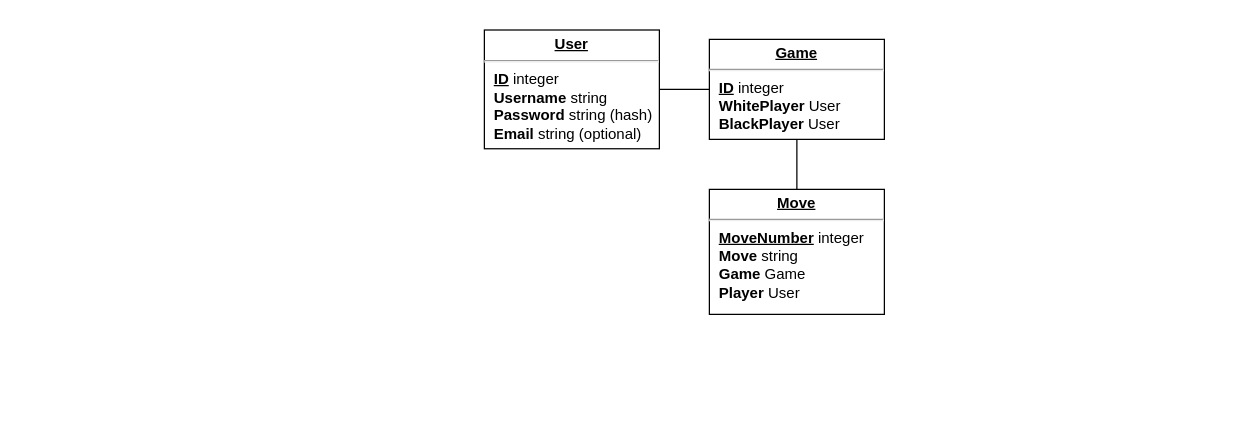
Earlier version of the draw.io diagram public/nea/DatabaseAnalysis.drawio (Ultrasonic1209/chess-app-frontend). Source tidied: cells renumbered, new cells numbered last; positions are measured from the earlier drawing's top-left corner, leaving out a move shared by most shapes. Both pictures are drawn from the tidied source at 125%, with x=0, y=0 at pixel (484, 29).
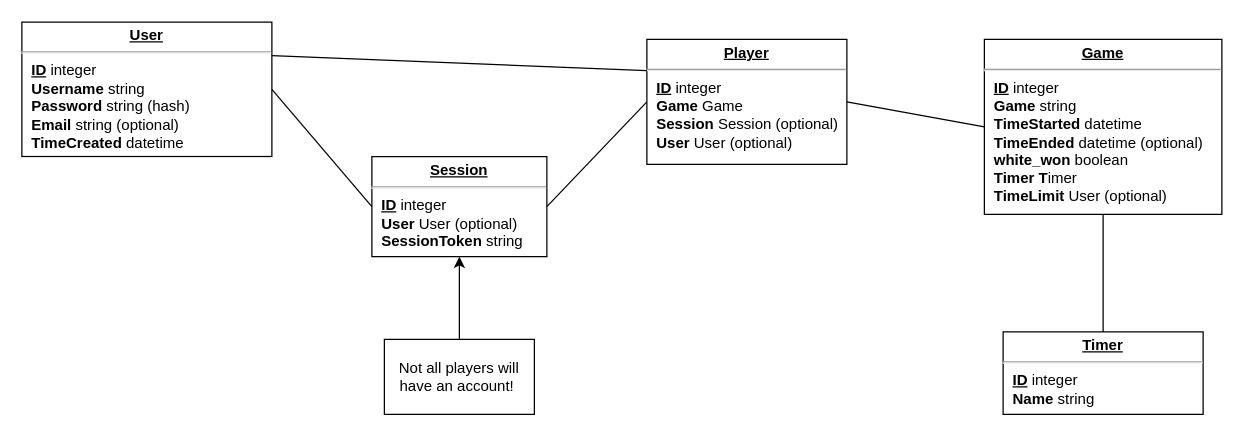
The same page after the edit.

The edit, as a diff of the source:
```diff
@@
 <mxGraphModel>
   <root>
     <mxCell id="0" />
     <mxCell id="1" parent="0" />
-    <mxCell id="2" value="&lt;p style=&quot;margin: 0px ; margin-top: 4px ; text-align: center ; text-decoration: underline&quot;&gt;&lt;b&gt;User&lt;/b&gt;&lt;/p&gt;&lt;hr&gt;&lt;p style=&quot;margin: 0px ; margin-left: 8px&quot;&gt;&lt;b&gt;&lt;u&gt;ID&lt;/u&gt;&lt;/b&gt;&amp;nbsp;integer&lt;/p&gt;&lt;p style=&quot;margin: 0px ; margin-left: 8px&quot;&gt;&lt;b&gt;Username&lt;/b&gt;&lt;b style=&quot;font-style: italic;&quot;&gt;&amp;nbsp;&lt;/b&gt;string&lt;/p&gt;&lt;p style=&quot;margin: 0px ; margin-left: 8px&quot;&gt;&lt;b&gt;Password &lt;/b&gt;string (hash)&lt;/p&gt;&lt;p style=&quot;margin: 0px ; margin-left: 8px&quot;&gt;&lt;b&gt;Email &lt;/b&gt;string (optional)&lt;/p&gt;" style="verticalAlign=top;align=left;overflow=fill;fontSize=12;fontFamily=Helvetica;html=1;rounded=0;shadow=0;comic=0;labelBackgroundColor=none;strokeWidth=1;" parent="1" vertex="1">
-      <mxGeometry y="0.5" width="140" height="95" as="geometry" />
+    <mxCell id="2" value="&lt;p style=&quot;margin: 0px ; margin-top: 4px ; text-align: center ; text-decoration: underline&quot;&gt;&lt;b&gt;User&lt;/b&gt;&lt;/p&gt;&lt;hr&gt;&lt;p style=&quot;margin: 0px ; margin-left: 8px&quot;&gt;&lt;b&gt;&lt;u&gt;ID&lt;/u&gt;&lt;/b&gt;&amp;nbsp;integer&lt;/p&gt;&lt;p style=&quot;margin: 0px ; margin-left: 8px&quot;&gt;&lt;b&gt;Username&lt;/b&gt;&lt;b style=&quot;font-style: italic&quot;&gt;&amp;nbsp;&lt;/b&gt;string&lt;/p&gt;&lt;p style=&quot;margin: 0px ; margin-left: 8px&quot;&gt;&lt;b&gt;Password &lt;/b&gt;string (hash)&lt;/p&gt;&lt;p style=&quot;margin: 0px ; margin-left: 8px&quot;&gt;&lt;b&gt;Email &lt;/b&gt;string (optional)&lt;br&gt;&lt;b&gt;TimeCreated &lt;/b&gt;datetime&lt;/p&gt;" style="verticalAlign=top;align=left;overflow=fill;fontSize=12;fontFamily=Helvetica;html=1;rounded=0;shadow=0;comic=0;labelBackgroundColor=none;strokeWidth=1;" parent="1" vertex="1">
+      <mxGeometry x="-370" y="-5.8" width="200" height="107.5" as="geometry" />
     </mxCell>
-    <mxCell id="3" value="&lt;p style=&quot;margin: 0px ; margin-top: 4px ; text-align: center ; text-decoration: underline&quot;&gt;&lt;b&gt;Game&lt;/b&gt;&lt;/p&gt;&lt;hr&gt;&lt;p style=&quot;margin: 0px ; margin-left: 8px&quot;&gt;&lt;b&gt;&lt;u&gt;ID&lt;/u&gt;&lt;/b&gt;&amp;nbsp;integer&lt;/p&gt;&lt;p style=&quot;margin: 0px ; margin-left: 8px&quot;&gt;&lt;b&gt;WhitePlayer&amp;nbsp;&lt;/b&gt;User&lt;/p&gt;&lt;p style=&quot;margin: 0px ; margin-left: 8px&quot;&gt;&lt;b&gt;BlackPlayer &lt;/b&gt;User&lt;/p&gt;" style="verticalAlign=top;align=left;overflow=fill;fontSize=12;fontFamily=Helvetica;html=1;rounded=0;shadow=0;comic=0;labelBackgroundColor=none;strokeWidth=1;" parent="1" vertex="1">
-      <mxGeometry x="180" y="8" width="140" height="80" as="geometry" />
+    <mxCell id="3" value="&lt;p style=&quot;margin: 0px ; margin-top: 4px ; text-align: center ; text-decoration: underline&quot;&gt;&lt;b&gt;Game&lt;/b&gt;&lt;/p&gt;&lt;hr&gt;&lt;p style=&quot;margin: 0px ; margin-left: 8px&quot;&gt;&lt;b&gt;&lt;u&gt;ID&lt;/u&gt;&lt;/b&gt;&amp;nbsp;integer&lt;/p&gt;&lt;p style=&quot;margin: 0px ; margin-left: 8px&quot;&gt;&lt;b&gt;Game&amp;nbsp;&lt;/b&gt;string&lt;/p&gt;&lt;p style=&quot;margin: 0px ; margin-left: 8px&quot;&gt;&lt;b&gt;TimeStarted&amp;nbsp;&lt;/b&gt;datetime&lt;/p&gt;&lt;p style=&quot;margin: 0px ; margin-left: 8px&quot;&gt;&lt;b&gt;TimeEnded &lt;/b&gt;datetime (optional)&lt;br&gt;&lt;/p&gt;&lt;p style=&quot;margin: 0px ; margin-left: 8px&quot;&gt;&lt;b&gt;white_won&amp;nbsp;&lt;/b&gt;boolean&lt;br&gt;&lt;/p&gt;&lt;p style=&quot;margin: 0px ; margin-left: 8px&quot;&gt;&lt;b&gt;Timer T&lt;/b&gt;imer&lt;br&gt;&lt;/p&gt;&lt;p style=&quot;margin: 0px ; margin-left: 8px&quot;&gt;&lt;b&gt;TimeLimit&amp;nbsp;&lt;/b&gt;User (optional)&lt;br&gt;&lt;/p&gt;" style="verticalAlign=top;align=left;overflow=fill;fontSize=12;fontFamily=Helvetica;html=1;rounded=0;shadow=0;comic=0;labelBackgroundColor=none;strokeWidth=1;" parent="1" vertex="1">
+      <mxGeometry x="400" y="8" width="190" height="140" as="geometry" />
     </mxCell>
-    <mxCell id="4" value="&lt;p style=&quot;margin: 0px ; margin-top: 4px ; text-align: center ; text-decoration: underline&quot;&gt;&lt;b&gt;Move&lt;/b&gt;&lt;/p&gt;&lt;hr&gt;&lt;p style=&quot;margin: 0px ; margin-left: 8px&quot;&gt;&lt;b&gt;&lt;u&gt;MoveNumber&lt;/u&gt;&lt;/b&gt; integer&lt;/p&gt;&lt;p style=&quot;margin: 0px ; margin-left: 8px&quot;&gt;&lt;b&gt;Move &lt;/b&gt;string&lt;/p&gt;&lt;p style=&quot;margin: 0px ; margin-left: 8px&quot;&gt;&lt;b&gt;Game &lt;/b&gt;Game&lt;/p&gt;&lt;p style=&quot;margin: 0px ; margin-left: 8px&quot;&gt;&lt;b&gt;Player&amp;nbsp;&lt;/b&gt;User&lt;/p&gt;" style="verticalAlign=top;align=left;overflow=fill;fontSize=12;fontFamily=Helvetica;html=1;rounded=0;shadow=0;comic=0;labelBackgroundColor=none;strokeWidth=1;" parent="1" vertex="1">
-      <mxGeometry x="180" y="128" width="140" height="100" as="geometry" />
-    </mxCell>
-    <mxCell id="5" style="endArrow=none;html=1;rounded=0;" parent="1" edge="1">
-      <mxGeometry relative="1" as="geometry">
-        <mxPoint x="250" y="88" as="sourcePoint" />
-        <mxPoint x="250" y="128" as="targetPoint" />
-      </mxGeometry>
-    </mxCell>
-    <mxCell id="6" style="endArrow=none;html=1;rounded=0;exitX=1;exitY=0.5;exitDx=0;exitDy=0;entryX=0;entryY=0.5;entryDx=0;entryDy=0;" parent="1" edge="1" source="2" target="3">
+    <mxCell id="6" style="endArrow=none;html=1;rounded=0;exitX=1;exitY=0.5;exitDx=0;exitDy=0;entryX=0;entryY=0.5;entryDx=0;entryDy=0;" parent="1" edge="1" source="2" target="7">
       <mxGeometry relative="1" as="geometry" />
     </mxCell>
+    <mxCell id="7" value="&lt;p style=&quot;margin: 0px ; margin-top: 4px ; text-align: center ; text-decoration: underline&quot;&gt;&lt;b&gt;Session&lt;/b&gt;&lt;/p&gt;&lt;hr&gt;&lt;p style=&quot;margin: 0px ; margin-left: 8px&quot;&gt;&lt;b&gt;&lt;u&gt;ID&lt;/u&gt;&lt;/b&gt;&amp;nbsp;integer&lt;/p&gt;&lt;p style=&quot;margin: 0px ; margin-left: 8px&quot;&gt;&lt;b&gt;User&amp;nbsp;&lt;/b&gt;User (optional)&lt;/p&gt;&lt;p style=&quot;margin: 0px ; margin-left: 8px&quot;&gt;&lt;b&gt;SessionToken &lt;/b&gt;string&lt;/p&gt;" style="verticalAlign=top;align=left;overflow=fill;fontSize=12;fontFamily=Helvetica;html=1;rounded=0;shadow=0;comic=0;labelBackgroundColor=none;strokeWidth=1;" parent="1" vertex="1">
+      <mxGeometry x="-90" y="101.8" width="140" height="80" as="geometry" />
+    </mxCell>
+    <mxCell id="8" style="endArrow=none;html=1;entryX=1;entryY=0.5;entryDx=0;entryDy=0;exitX=0;exitY=0.5;exitDx=0;exitDy=0;" parent="1" edge="1" source="9" target="7">
+      <mxGeometry relative="1" as="geometry" />
+    </mxCell>
+    <mxCell id="9" value="&lt;p style=&quot;margin: 0px ; margin-top: 4px ; text-align: center ; text-decoration: underline&quot;&gt;&lt;b&gt;Player&lt;/b&gt;&lt;/p&gt;&lt;hr&gt;&lt;p style=&quot;margin: 0px ; margin-left: 8px&quot;&gt;&lt;b&gt;&lt;u&gt;ID&lt;/u&gt;&lt;/b&gt;&amp;nbsp;integer&lt;/p&gt;&lt;p style=&quot;margin: 0px ; margin-left: 8px&quot;&gt;&lt;b&gt;Game &lt;/b&gt;Game&lt;/p&gt;&lt;p style=&quot;margin: 0px ; margin-left: 8px&quot;&gt;&lt;b&gt;Session&amp;nbsp;&lt;/b&gt;Session (optional)&lt;br&gt;&lt;/p&gt;&lt;p style=&quot;margin: 0px ; margin-left: 8px&quot;&gt;&lt;b&gt;User&amp;nbsp;&lt;/b&gt;User (optional)&lt;br&gt;&lt;/p&gt;" style="verticalAlign=top;align=left;overflow=fill;fontSize=12;fontFamily=Helvetica;html=1;rounded=0;shadow=0;comic=0;labelBackgroundColor=none;strokeWidth=1;" parent="1" vertex="1">
+      <mxGeometry x="130" y="8" width="160" height="100" as="geometry" />
+    </mxCell>
+    <mxCell id="10" style="endArrow=none;html=1;entryX=0;entryY=0.25;entryDx=0;entryDy=0;exitX=1;exitY=0.25;exitDx=0;exitDy=0;" parent="1" edge="1" source="2" target="9">
+      <mxGeometry relative="1" as="geometry" />
+    </mxCell>
+    <mxCell id="11" style="endArrow=none;html=1;rounded=1;entryX=1;entryY=0.5;entryDx=0;entryDy=0;exitX=0;exitY=0.5;exitDx=0;exitDy=0;" parent="1" edge="1" source="3" target="9">
+      <mxGeometry relative="1" as="geometry" />
+    </mxCell>
+    <mxCell id="12" value="Not all players will have an account!&amp;nbsp;" style="rounded=0;whiteSpace=wrap;html=1;" parent="1" vertex="1">
+      <mxGeometry x="-80" y="248" width="120" height="60" as="geometry" />
+    </mxCell>
+    <mxCell id="13" style="endArrow=classic;html=1;rounded=1;entryX=0.5;entryY=1;entryDx=0;entryDy=0;exitX=0.5;exitY=0;exitDx=0;exitDy=0;" parent="1" edge="1" source="12" target="7">
+      <mxGeometry relative="1" as="geometry" />
+    </mxCell>
+    <mxCell id="14" value="&lt;p style=&quot;margin: 0px ; margin-top: 4px ; text-align: center ; text-decoration: underline&quot;&gt;&lt;b&gt;Timer&lt;/b&gt;&lt;/p&gt;&lt;hr&gt;&lt;p style=&quot;margin: 0px ; margin-left: 8px&quot;&gt;&lt;b&gt;&lt;u&gt;ID&lt;/u&gt;&lt;/b&gt;&amp;nbsp;integer&lt;/p&gt;&lt;p style=&quot;margin: 0px ; margin-left: 8px&quot;&gt;&lt;b&gt;Name&amp;nbsp;&lt;/b&gt;string&lt;/p&gt;" style="verticalAlign=top;align=left;overflow=fill;fontSize=12;fontFamily=Helvetica;html=1;rounded=0;shadow=0;comic=0;labelBackgroundColor=none;strokeWidth=1;" parent="1" vertex="1">
+      <mxGeometry x="415" y="242" width="160" height="66" as="geometry" />
+    </mxCell>
+    <mxCell id="15" style="endArrow=none;html=1;rounded=1;entryX=0.5;entryY=1;entryDx=0;entryDy=0;exitX=0.5;exitY=0;exitDx=0;exitDy=0;" parent="1" edge="1" source="14" target="3">
+      <mxGeometry relative="1" as="geometry" />
+    </mxCell>
   </root>
 </mxGraphModel>
```
